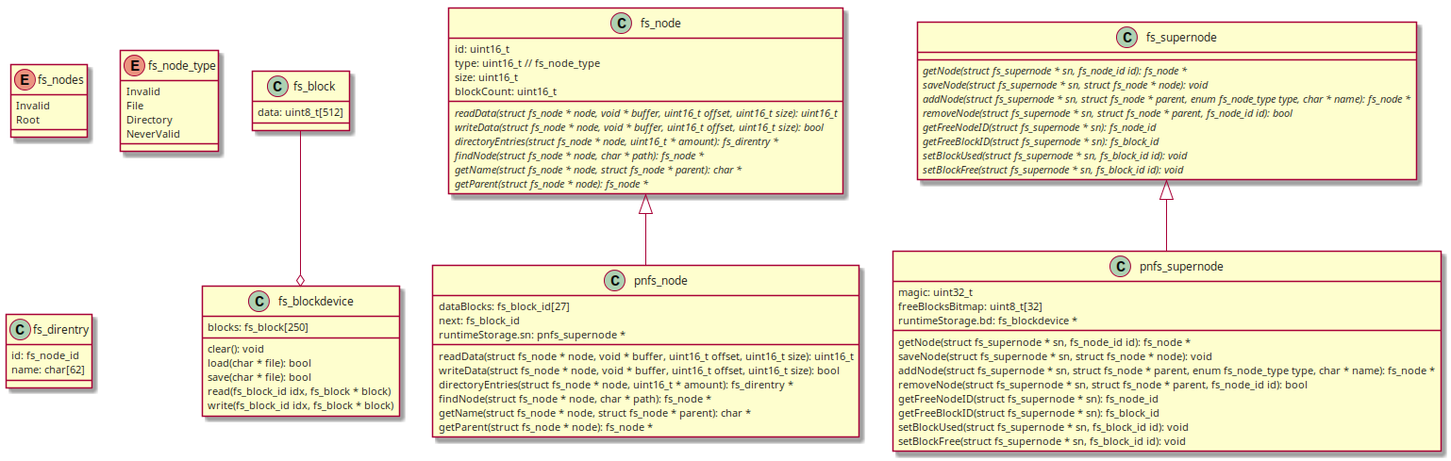
This is images/classdiagram.png from Vild/PNFS, a PlantUML export, as it was before one commit.
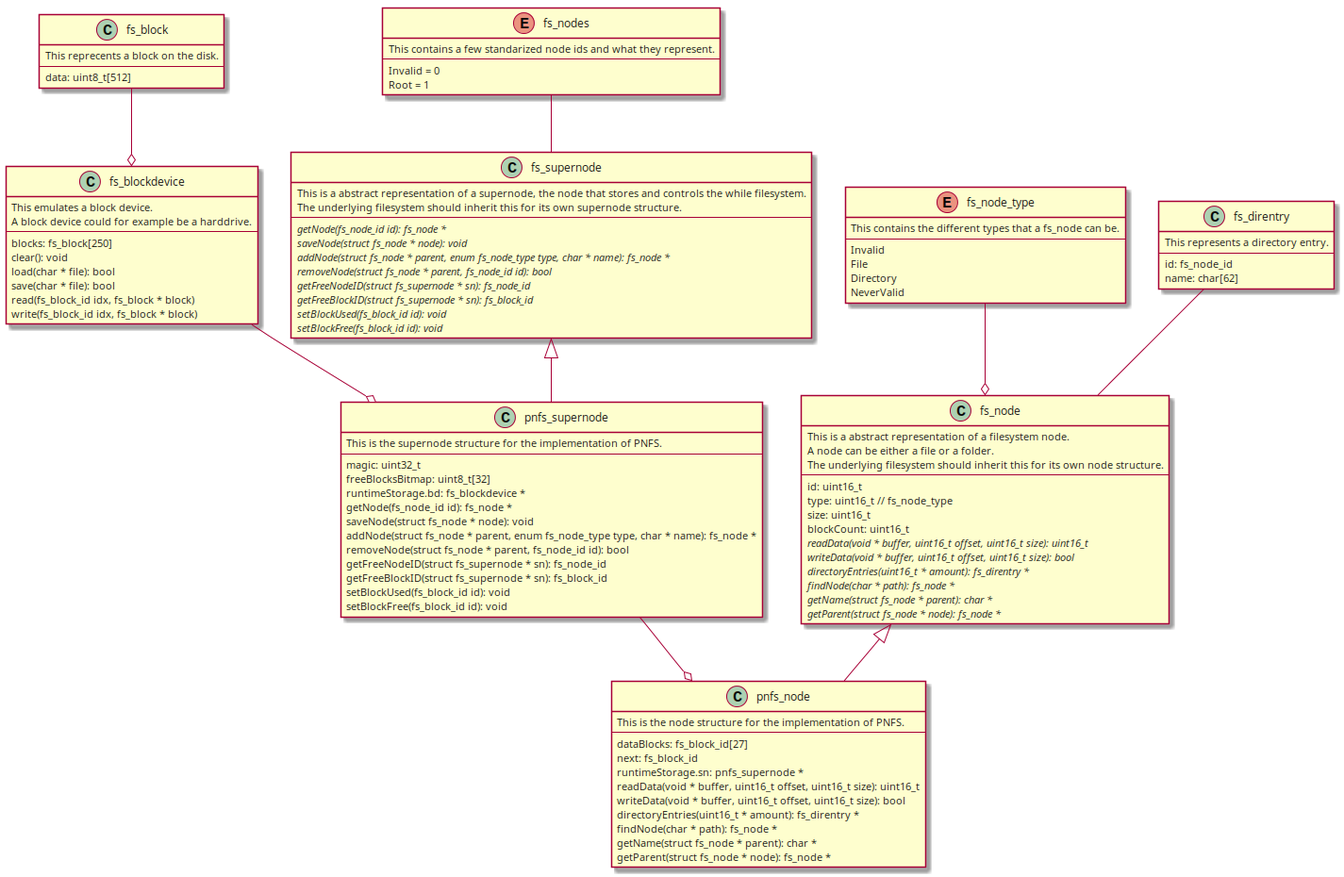
The same diagram one commit later.

The edit, as a diff of the source:
```diff
@@ -1,10 +1,15 @@
 @startuml
 
 class fs_block {
+  This reprecents a block on the disk.
+  ---
   data: uint8_t[512]
 }
 
 class fs_blockdevice {
+  This emulates a block device.
+  A block device could for example be a harddrive.
+  ---
   blocks: fs_block[250]
 
   clear(): void
@@ -17,85 +22,109 @@
 fs_block --o fs_blockdevice
 
 class fs_node {
+  This is a abstract representation of a filesystem node.
+  A node can be either a file or a folder.
+
+  The underlying filesystem should inherit this for its own node structure.
+  ---
   id: uint16_t
   type: uint16_t // fs_node_type
   size: uint16_t
   blockCount: uint16_t
 
-  {abstract} readData(struct fs_node * node, void * buffer, uint16_t offset, uint16_t size): uint16_t
-  {abstract} writeData(struct fs_node * node, void * buffer, uint16_t offset, uint16_t size): bool
+  {abstract} readData(void * buffer, uint16_t offset, uint16_t size): uint16_t
+  {abstract} writeData(void * buffer, uint16_t offset, uint16_t size): bool
 
-  {abstract} directoryEntries(struct fs_node * node, uint16_t * amount): fs_direntry *
-  {abstract} findNode(struct fs_node * node, char * path): fs_node *
+  {abstract} directoryEntries(uint16_t * amount): fs_direntry *
+  {abstract} findNode(char * path): fs_node *
 
-  {abstract} getName(struct fs_node * node, struct fs_node * parent): char *
+  {abstract} getName(struct fs_node * parent): char *
   {abstract} getParent(struct fs_node * node): fs_node *
 }
 
 class fs_supernode {
-  {abstract} getNode(struct fs_supernode * sn, fs_node_id id): fs_node *
-  {abstract} saveNode(struct fs_supernode * sn, struct fs_node * node): void
+  This is a abstract representation of a supernode, the node that stores and controls the while filesystem.
 
-  {abstract} addNode(struct fs_supernode * sn, struct fs_node * parent, enum fs_node_type type, char * name): fs_node *
-  {abstract} removeNode(struct fs_supernode * sn, struct fs_node * parent, fs_node_id id): bool
+  The underlying filesystem should inherit this for its own supernode structure.
+  ---
+  {abstract} getNode(fs_node_id id): fs_node *
+  {abstract} saveNode(struct fs_node * node): void
+
+  {abstract} addNode(struct fs_node * parent, enum fs_node_type type, char * name): fs_node *
+  {abstract} removeNode(struct fs_node * parent, fs_node_id id): bool
 
   {abstract} getFreeNodeID(struct fs_supernode * sn): fs_node_id
   {abstract} getFreeBlockID(struct fs_supernode * sn): fs_block_id
 
-  {abstract} setBlockUsed(struct fs_supernode * sn, fs_block_id id): void
-  {abstract} setBlockFree(struct fs_supernode * sn, fs_block_id id): void
+  {abstract} setBlockUsed(fs_block_id id): void
+  {abstract} setBlockFree(fs_block_id id): void
 }
 
 enum fs_nodes {
-  Invalid
-  Root
+  This contains a few standarized node ids and what they represent.
+  ---
+  Invalid = 0
+  Root = 1
 }
+fs_nodes -- fs_supernode
 
 enum fs_node_type {
+  This contains the different types that a fs_node can be.
+  ---
   Invalid
   File
   Directory
   NeverValid
 }
+fs_node_type --o fs_node
 
 class fs_direntry {
+  This represents a directory entry.
+  ---
   id: fs_node_id
   name: char[62]
 }
+fs_direntry -- fs_node
 
 class pnfs_node extends fs_node {
+  This is the node structure for the implementation of PNFS.
+  ---
   dataBlocks: fs_block_id[27]
   next: fs_block_id
 
   runtimeStorage.sn: pnfs_supernode *
 
-  readData(struct fs_node * node, void * buffer, uint16_t offset, uint16_t size): uint16_t
-  writeData(struct fs_node * node, void * buffer, uint16_t offset, uint16_t size): bool
+  readData(void * buffer, uint16_t offset, uint16_t size): uint16_t
+  writeData(void * buffer, uint16_t offset, uint16_t size): bool
 
-  directoryEntries(struct fs_node * node, uint16_t * amount): fs_direntry *
-  findNode(struct fs_node * node, char * path): fs_node *
+  directoryEntries(uint16_t * amount): fs_direntry *
+  findNode(char * path): fs_node *
 
-  getName(struct fs_node * node, struct fs_node * parent): char *
+  getName(struct fs_node * parent): char *
   getParent(struct fs_node * node): fs_node *
 }
+pnfs_supernode --o pnfs_node
 
 class pnfs_supernode extends fs_supernode {
+  This is the supernode structure for the implementation of PNFS.
+  ---
   magic: uint32_t
   freeBlocksBitmap: uint8_t[32]
 
   runtimeStorage.bd: fs_blockdevice *
 
-  getNode(struct fs_supernode * sn, fs_node_id id): fs_node *
-  saveNode(struct fs_supernode * sn, struct fs_node * node): void
+  getNode(fs_node_id id): fs_node *
+  saveNode(struct fs_node * node): void
 
-  addNode(struct fs_supernode * sn, struct fs_node * parent, enum fs_node_type type, char * name): fs_node *
-  removeNode(struct fs_supernode * sn, struct fs_node * parent, fs_node_id id): bool
+  addNode(struct fs_node * parent, enum fs_node_type type, char * name): fs_node *
+  removeNode(struct fs_node * parent, fs_node_id id): bool
 
   getFreeNodeID(struct fs_supernode * sn): fs_node_id
   getFreeBlockID(struct fs_supernode * sn): fs_block_id
 
-  setBlockUsed(struct fs_supernode * sn, fs_block_id id): void
-  setBlockFree(struct fs_supernode * sn, fs_block_id id): void
+  setBlockUsed(fs_block_id id): void
+  setBlockFree(fs_block_id id): void
 }
+fs_blockdevice --o pnfs_supernode
 
 @enduml
```
